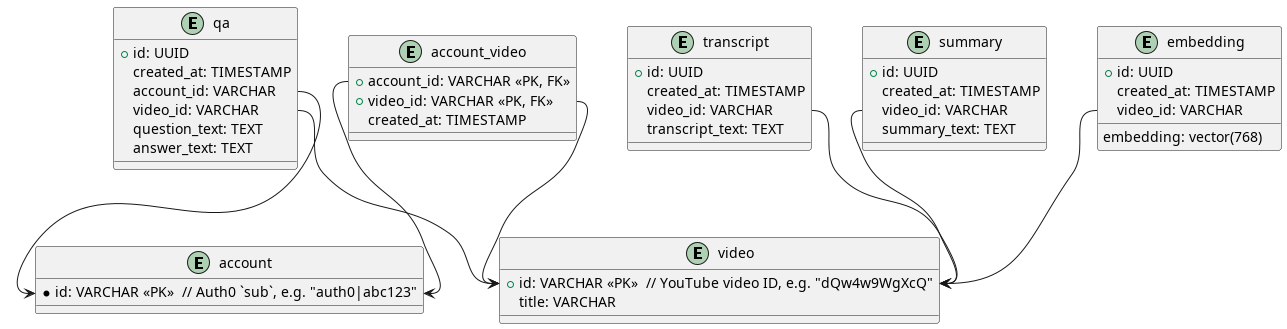
The PlantUML diagram docs/db_schema.png in vm1828/yt-assistant, before a commit.
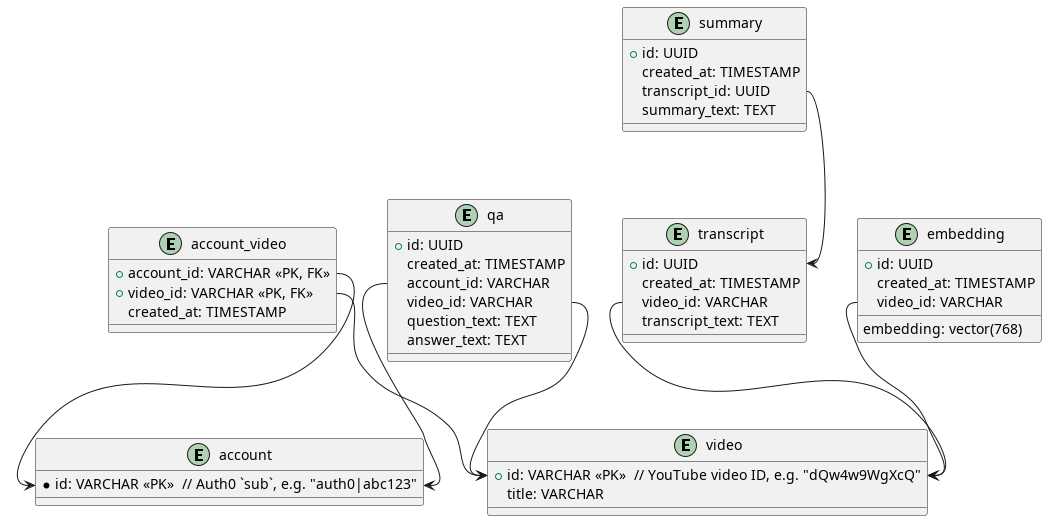
The same file after the commit.

Commit message:
feat(summary): add summary model

The edit, as a diff of the source:
```diff
@@ -25,7 +25,7 @@
 entity "summary" {
   +id: UUID
   created_at: TIMESTAMP
-  video_id: VARCHAR
+  transcript_id: UUID
   summary_text: TEXT
 }
 
@@ -50,7 +50,7 @@
 
 transcript::video_id --> video::id
 
-summary::video_id --> video::id
+summary::transcript_id --> transcript::id
 
 qa::video_id --> video::id
 qa::account_id --> account::id
```
